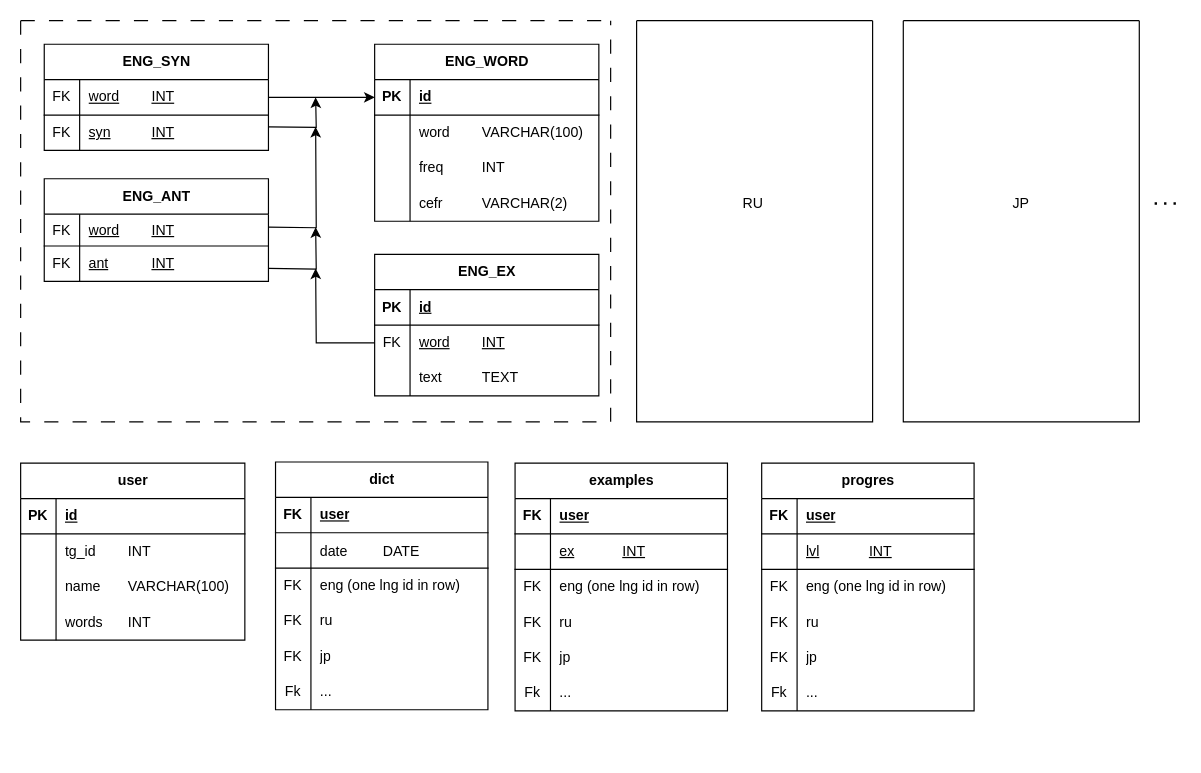
Above: etc/asistent.drawio in foxtailer/asistent-tgbot- (draw.io), before the change. Source tidied: cells renumbered, new cells numbered last; positions are measured from the earlier drawing's top-left corner, leaving out a move shared by most shapes. Both pictures are drawn from the tidied source at 118%, with x=0, y=0 at pixel (20, 20).
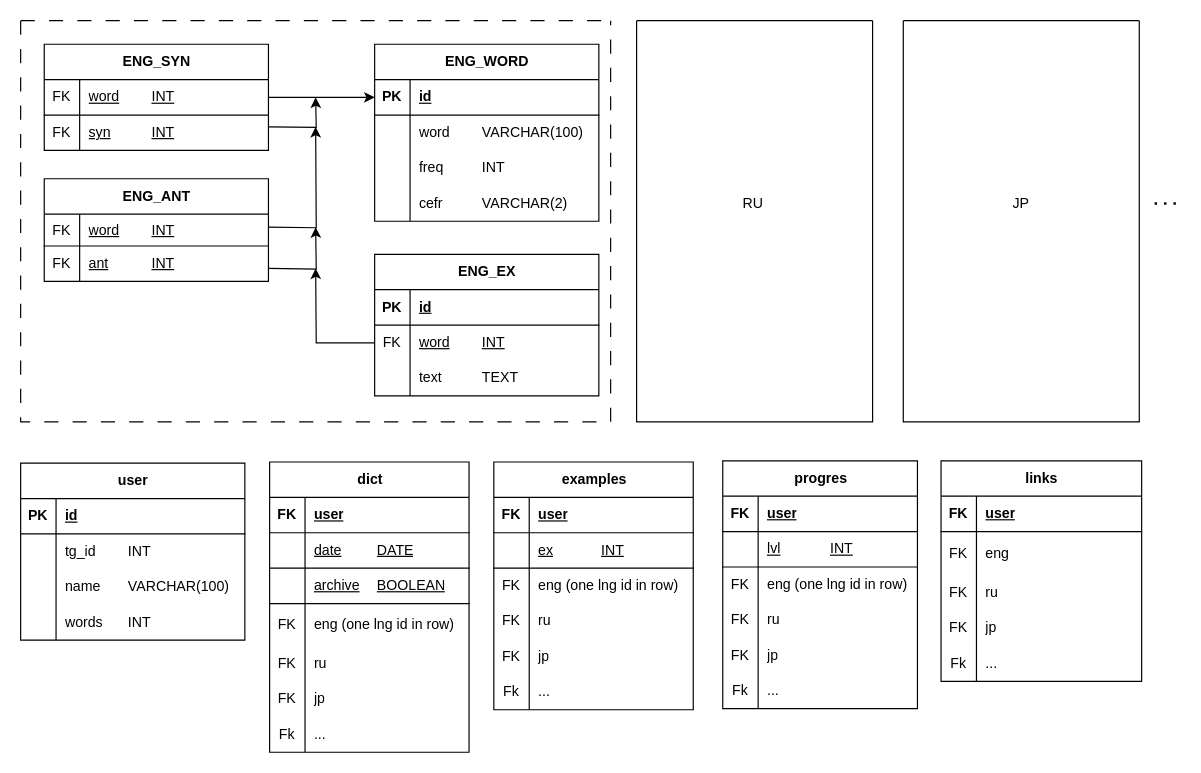
After the change.

Commit message (it also covers changes not shown here):
links table add to db

What changed in the source:
```diff
@@
     <mxCell id="28" value="dict" style="shape=table;startSize=30;childLayout=tableLayout;rowLines=0;fontStyle=1;align=center;html=1;direction=east;" parent="1" vertex="1">
-      <mxGeometry x="216" y="374" width="180" height="210" as="geometry" />
+      <mxGeometry x="211" y="374" width="169" height="246" as="geometry" />
     </mxCell>
     <mxCell id="29" style="shape=tableRow;horizontal=0;startSize=0;swimlaneHead=0;swimlaneBody=0;fillColor=none;top=0;left=0;right=0;bottom=1;" parent="28" vertex="1">
-      <mxGeometry y="30" width="180" height="30" as="geometry" />
+      <mxGeometry y="30" width="169" height="30" as="geometry" />
     </mxCell>
@@
     <mxCell id="31" value="user" style="shape=partialRectangle;fillColor=none;top=0;left=0;bottom=0;right=0;align=left;spacingLeft=6;fontStyle=5;overflow=hidden;whiteSpace=wrap;html=1;" parent="29" vertex="1">
-      <mxGeometry x="30" width="150" height="30" as="geometry" />
+      <mxGeometry x="30" width="139" height="30" as="geometry" />
     </mxCell>
     <mxCell id="32" style="shape=tableRow;horizontal=0;startSize=0;swimlaneHead=0;swimlaneBody=0;fillColor=none;top=0;left=0;right=0;bottom=1;" parent="28" vertex="1">
-      <mxGeometry y="60" width="180" height="30" as="geometry" />
+      <mxGeometry y="60" width="169" height="30" as="geometry" />
     </mxCell>
@@
-    <mxCell id="34" style="shape=partialRectangle;fillColor=none;top=0;left=0;bottom=0;right=0;align=left;spacingLeft=6;fontStyle=5;overflow=hidden;whiteSpace=wrap;html=1;" parent="32" vertex="1">
-      <mxGeometry x="30" width="150" height="30" as="geometry" />
+    <mxCell id="34" value="&lt;span style=&quot;font-weight: 400;&quot;&gt;date&lt;span style=&quot;white-space: pre;&quot;&gt;&#9;&lt;/span&gt;&lt;span style=&quot;white-space: pre;&quot;&gt;&#9;&lt;/span&gt;DATE&lt;/span&gt;" style="shape=partialRectangle;fillColor=none;top=0;left=0;bottom=0;right=0;align=left;spacingLeft=6;fontStyle=5;overflow=hidden;whiteSpace=wrap;html=1;" parent="32" vertex="1">
+      <mxGeometry x="30" width="139" height="30" as="geometry" />
     </mxCell>
+    <mxCell id="122" style="shape=tableRow;horizontal=0;startSize=0;swimlaneHead=0;swimlaneBody=0;fillColor=none;top=0;left=0;right=0;bottom=1;" parent="28" vertex="1">
+      <mxGeometry y="90" width="169" height="30" as="geometry" />
+    </mxCell>
+    <mxCell id="123" style="shape=partialRectangle;fillColor=none;top=0;left=0;bottom=0;right=0;fontStyle=1;overflow=hidden;whiteSpace=wrap;html=1;" parent="122" vertex="1">
+      <mxGeometry width="30" height="30" as="geometry" />
+    </mxCell>
+    <mxCell id="124" value="&lt;span style=&quot;font-weight: 400;&quot;&gt;archive&lt;span style=&quot;white-space: pre;&quot;&gt;&#9;&lt;/span&gt;BOOLEAN&lt;/span&gt;" style="shape=partialRectangle;fillColor=none;top=0;left=0;bottom=0;right=0;align=left;spacingLeft=6;fontStyle=5;overflow=hidden;whiteSpace=wrap;html=1;" parent="122" vertex="1">
+      <mxGeometry x="30" width="139" height="30" as="geometry" />
+    </mxCell>
     <mxCell id="35" style="shape=tableRow;horizontal=0;startSize=0;swimlaneHead=0;swimlaneBody=0;fillColor=none;top=0;left=0;right=0;bottom=0;" parent="28" vertex="1">
-      <mxGeometry y="90" width="180" height="30" as="geometry" />
+      <mxGeometry y="120" width="169" height="36" as="geometry" />
     </mxCell>
     <mxCell id="36" value="FK" style="shape=partialRectangle;fillColor=none;top=0;left=0;bottom=0;right=0;overflow=hidden;whiteSpace=wrap;html=1;" parent="35" vertex="1">
-      <mxGeometry width="30" height="30" as="geometry" />
+      <mxGeometry width="30" height="36" as="geometry" />
     </mxCell>
     <mxCell id="37" value="eng (one lng id in row)" style="shape=partialRectangle;fillColor=none;top=0;left=0;bottom=0;right=0;align=left;spacingLeft=6;overflow=hidden;whiteSpace=wrap;html=1;" parent="35" vertex="1">
-      <mxGeometry x="30" width="150" height="30" as="geometry" />
+      <mxGeometry x="30" width="139" height="36" as="geometry" />
     </mxCell>
     <mxCell id="38" style="shape=tableRow;horizontal=0;startSize=0;swimlaneHead=0;swimlaneBody=0;fillColor=none;top=0;left=0;right=0;bottom=0;" parent="28" vertex="1">
-      <mxGeometry y="120" width="180" height="30" as="geometry" />
+      <mxGeometry y="156" width="169" height="30" as="geometry" />
     </mxCell>
@@
     <mxCell id="40" value="ru" style="shape=partialRectangle;fillColor=none;top=0;left=0;bottom=0;right=0;align=left;spacingLeft=6;overflow=hidden;whiteSpace=wrap;html=1;" parent="38" vertex="1">
-      <mxGeometry x="30" width="150" height="30" as="geometry" />
+      <mxGeometry x="30" width="139" height="30" as="geometry" />
     </mxCell>
     <mxCell id="41" style="shape=tableRow;horizontal=0;startSize=0;swimlaneHead=0;swimlaneBody=0;fillColor=none;top=0;left=0;right=0;bottom=0;" parent="28" vertex="1">
-      <mxGeometry y="150" width="180" height="30" as="geometry" />
+      <mxGeometry y="186" width="169" height="30" as="geometry" />
     </mxCell>
@@
     <mxCell id="43" value="jp" style="shape=partialRectangle;fillColor=none;top=0;left=0;bottom=0;right=0;align=left;spacingLeft=6;overflow=hidden;whiteSpace=wrap;html=1;" parent="41" vertex="1">
-      <mxGeometry x="30" width="150" height="30" as="geometry" />
+      <mxGeometry x="30" width="139" height="30" as="geometry" />
     </mxCell>
     <mxCell id="44" style="shape=tableRow;horizontal=0;startSize=0;swimlaneHead=0;swimlaneBody=0;fillColor=none;top=0;left=0;right=0;bottom=0;" parent="28" vertex="1">
-      <mxGeometry y="180" width="180" height="30" as="geometry" />
+      <mxGeometry y="216" width="169" height="30" as="geometry" />
     </mxCell>
@@
     <mxCell id="46" value="..." style="shape=partialRectangle;fillColor=none;top=0;left=0;bottom=0;right=0;align=left;spacingLeft=6;overflow=hidden;whiteSpace=wrap;html=1;" parent="44" vertex="1">
-      <mxGeometry x="30" width="150" height="30" as="geometry" />
+      <mxGeometry x="30" width="139" height="30" as="geometry" />
     </mxCell>
@@
     <mxCell id="76" value="examples" style="shape=table;startSize=30;childLayout=tableLayout;rowLines=0;fontStyle=1;align=center;html=1;" parent="1" vertex="1">
-      <mxGeometry x="419" y="375" width="180" height="210" as="geometry" />
+      <mxGeometry x="401" y="374" width="169" height="210" as="geometry" />
     </mxCell>
     <mxCell id="77" style="shape=tableRow;horizontal=0;startSize=0;swimlaneHead=0;swimlaneBody=0;fillColor=none;top=0;left=0;right=0;bottom=1;" parent="76" vertex="1">
-      <mxGeometry y="30" width="180" height="30" as="geometry" />
+      <mxGeometry y="30" width="169" height="30" as="geometry" />
     </mxCell>
@@
     <mxCell id="79" value="user" style="shape=partialRectangle;fillColor=none;top=0;left=0;bottom=0;right=0;align=left;spacingLeft=6;fontStyle=5;overflow=hidden;whiteSpace=wrap;html=1;" parent="77" vertex="1">
-      <mxGeometry x="30" width="150" height="30" as="geometry" />
+      <mxGeometry x="30" width="139" height="30" as="geometry" />
     </mxCell>
     <mxCell id="80" style="shape=tableRow;horizontal=0;startSize=0;swimlaneHead=0;swimlaneBody=0;fillColor=none;top=0;left=0;right=0;bottom=1;align=center;fontStyle=0;" parent="76" vertex="1">
-      <mxGeometry y="60" width="180" height="30" as="geometry" />
+      <mxGeometry y="60" width="169" height="30" as="geometry" />
     </mxCell>
@@
     <mxCell id="82" value="&lt;span style=&quot;font-weight: normal;&quot;&gt;ex&lt;span style=&quot;white-space: pre;&quot;&gt;&#9;&lt;span style=&quot;white-space: pre;&quot;&gt;&#9;&lt;/span&gt;&lt;/span&gt;INT&lt;/span&gt;" style="shape=partialRectangle;fillColor=none;top=0;left=0;bottom=0;right=0;align=left;spacingLeft=6;fontStyle=5;overflow=hidden;whiteSpace=wrap;html=1;" parent="80" vertex="1">
-      <mxGeometry x="30" width="150" height="30" as="geometry" />
+      <mxGeometry x="30" width="139" height="30" as="geometry" />
     </mxCell>
     <mxCell id="83" style="shape=tableRow;horizontal=0;startSize=0;swimlaneHead=0;swimlaneBody=0;fillColor=none;top=0;left=0;right=0;bottom=0;" parent="76" vertex="1">
-      <mxGeometry y="90" width="180" height="30" as="geometry" />
+      <mxGeometry y="90" width="169" height="30" as="geometry" />
     </mxCell>
@@
     <mxCell id="85" value="eng (one lng id in row)" style="shape=partialRectangle;fillColor=none;top=0;left=0;bottom=0;right=0;align=left;spacingLeft=6;overflow=hidden;whiteSpace=wrap;html=1;" parent="83" vertex="1">
-      <mxGeometry x="30" width="150" height="30" as="geometry" />
+      <mxGeometry x="30" width="139" height="30" as="geometry" />
     </mxCell>
     <mxCell id="86" style="shape=tableRow;horizontal=0;startSize=0;swimlaneHead=0;swimlaneBody=0;fillColor=none;top=0;left=0;right=0;bottom=0;" parent="76" vertex="1">
-      <mxGeometry y="120" width="180" height="30" as="geometry" />
+      <mxGeometry y="120" width="169" height="30" as="geometry" />
     </mxCell>
@@
     <mxCell id="88" value="ru" style="shape=partialRectangle;fillColor=none;top=0;left=0;bottom=0;right=0;align=left;spacingLeft=6;overflow=hidden;whiteSpace=wrap;html=1;" parent="86" vertex="1">
-      <mxGeometry x="30" width="150" height="30" as="geometry" />
+      <mxGeometry x="30" width="139" height="30" as="geometry" />
     </mxCell>
     <mxCell id="89" style="shape=tableRow;horizontal=0;startSize=0;swimlaneHead=0;swimlaneBody=0;fillColor=none;top=0;left=0;right=0;bottom=0;" parent="76" vertex="1">
-      <mxGeometry y="150" width="180" height="30" as="geometry" />
+      <mxGeometry y="150" width="169" height="30" as="geometry" />
     </mxCell>
@@
     <mxCell id="91" value="jp" style="shape=partialRectangle;fillColor=none;top=0;left=0;bottom=0;right=0;align=left;spacingLeft=6;overflow=hidden;whiteSpace=wrap;html=1;" parent="89" vertex="1">
-      <mxGeometry x="30" width="150" height="30" as="geometry" />
+      <mxGeometry x="30" width="139" height="30" as="geometry" />
     </mxCell>
     <mxCell id="92" style="shape=tableRow;horizontal=0;startSize=0;swimlaneHead=0;swimlaneBody=0;fillColor=none;top=0;left=0;right=0;bottom=0;" parent="76" vertex="1">
-      <mxGeometry y="180" width="180" height="30" as="geometry" />
+      <mxGeometry y="180" width="169" height="30" as="geometry" />
     </mxCell>
@@
     <mxCell id="94" value="..." style="shape=partialRectangle;fillColor=none;top=0;left=0;bottom=0;right=0;align=left;spacingLeft=6;overflow=hidden;whiteSpace=wrap;html=1;" parent="92" vertex="1">
-      <mxGeometry x="30" width="150" height="30" as="geometry" />
+      <mxGeometry x="30" width="139" height="30" as="geometry" />
     </mxCell>
@@
     <mxCell id="100" value="progres" style="shape=table;startSize=30;childLayout=tableLayout;rowLines=0;fontStyle=1;align=center;html=1;" parent="1" vertex="1">
-      <mxGeometry x="628" y="375" width="180" height="210" as="geometry" />
+      <mxGeometry x="595" y="373" width="165" height="210" as="geometry" />
     </mxCell>
     <mxCell id="101" style="shape=tableRow;horizontal=0;startSize=0;swimlaneHead=0;swimlaneBody=0;fillColor=none;top=0;left=0;right=0;bottom=1;" parent="100" vertex="1">
-      <mxGeometry y="30" width="180" height="30" as="geometry" />
+      <mxGeometry y="30" width="165" height="30" as="geometry" />
     </mxCell>
@@
     <mxCell id="103" value="user" style="shape=partialRectangle;fillColor=none;top=0;left=0;bottom=0;right=0;align=left;spacingLeft=6;fontStyle=5;overflow=hidden;whiteSpace=wrap;html=1;" parent="101" vertex="1">
-      <mxGeometry x="30" width="150" height="30" as="geometry" />
+      <mxGeometry x="30" width="135" height="30" as="geometry" />
     </mxCell>
     <mxCell id="104" style="shape=tableRow;horizontal=0;startSize=0;swimlaneHead=0;swimlaneBody=0;fillColor=none;top=0;left=0;right=0;bottom=1;" parent="100" vertex="1">
-      <mxGeometry y="60" width="180" height="30" as="geometry" />
+      <mxGeometry y="60" width="165" height="30" as="geometry" />
     </mxCell>
@@
     <mxCell id="106" value="&lt;span style=&quot;font-weight: 400;&quot;&gt;lvl&lt;/span&gt;&lt;span style=&quot;font-weight: 400; white-space: pre;&quot;&gt;&#9;&lt;/span&gt;&lt;span style=&quot;font-weight: 400; white-space: pre;&quot;&gt;&#9;&lt;/span&gt;&lt;span style=&quot;font-weight: 400;&quot;&gt;INT&lt;/span&gt;" style="shape=partialRectangle;fillColor=none;top=0;left=0;bottom=0;right=0;align=left;spacingLeft=6;fontStyle=5;overflow=hidden;whiteSpace=wrap;html=1;" parent="104" vertex="1">
-      <mxGeometry x="30" width="150" height="30" as="geometry" />
+      <mxGeometry x="30" width="135" height="30" as="geometry" />
     </mxCell>
     <mxCell id="107" style="shape=tableRow;horizontal=0;startSize=0;swimlaneHead=0;swimlaneBody=0;fillColor=none;top=0;left=0;right=0;bottom=0;" parent="100" vertex="1">
-      <mxGeometry y="90" width="180" height="30" as="geometry" />
+      <mxGeometry y="90" width="165" height="30" as="geometry" />
     </mxCell>
@@
     <mxCell id="109" value="eng (one lng id in row)" style="shape=partialRectangle;fillColor=none;top=0;left=0;bottom=0;right=0;align=left;spacingLeft=6;overflow=hidden;whiteSpace=wrap;html=1;" parent="107" vertex="1">
-      <mxGeometry x="30" width="150" height="30" as="geometry" />
+      <mxGeometry x="30" width="135" height="30" as="geometry" />
     </mxCell>
     <mxCell id="110" style="shape=tableRow;horizontal=0;startSize=0;swimlaneHead=0;swimlaneBody=0;fillColor=none;top=0;left=0;right=0;bottom=0;" parent="100" vertex="1">
-      <mxGeometry y="120" width="180" height="30" as="geometry" />
+      <mxGeometry y="120" width="165" height="30" as="geometry" />
     </mxCell>
@@
     <mxCell id="112" value="ru" style="shape=partialRectangle;fillColor=none;top=0;left=0;bottom=0;right=0;align=left;spacingLeft=6;overflow=hidden;whiteSpace=wrap;html=1;" parent="110" vertex="1">
-      <mxGeometry x="30" width="150" height="30" as="geometry" />
+      <mxGeometry x="30" width="135" height="30" as="geometry" />
     </mxCell>
     <mxCell id="113" style="shape=tableRow;horizontal=0;startSize=0;swimlaneHead=0;swimlaneBody=0;fillColor=none;top=0;left=0;right=0;bottom=0;" parent="100" vertex="1">
-      <mxGeometry y="150" width="180" height="30" as="geometry" />
+      <mxGeometry y="150" width="165" height="30" as="geometry" />
     </mxCell>
@@
     <mxCell id="115" value="jp" style="shape=partialRectangle;fillColor=none;top=0;left=0;bottom=0;right=0;align=left;spacingLeft=6;overflow=hidden;whiteSpace=wrap;html=1;" parent="113" vertex="1">
-      <mxGeometry x="30" width="150" height="30" as="geometry" />
+      <mxGeometry x="30" width="135" height="30" as="geometry" />
     </mxCell>
     <mxCell id="116" style="shape=tableRow;horizontal=0;startSize=0;swimlaneHead=0;swimlaneBody=0;fillColor=none;top=0;left=0;right=0;bottom=0;" parent="100" vertex="1">
-      <mxGeometry y="180" width="180" height="30" as="geometry" />
+      <mxGeometry y="180" width="165" height="30" as="geometry" />
     </mxCell>
@@
     <mxCell id="118" value="..." style="shape=partialRectangle;fillColor=none;top=0;left=0;bottom=0;right=0;align=left;spacingLeft=6;overflow=hidden;whiteSpace=wrap;html=1;" parent="116" vertex="1">
-      <mxGeometry x="30" width="150" height="30" as="geometry" />
+      <mxGeometry x="30" width="135" height="30" as="geometry" />
     </mxCell>
@@
-    <mxCell id="121" value="date&lt;span style=&quot;white-space: pre;&quot;&gt;&#9;&lt;/span&gt;&lt;span style=&quot;white-space: pre;&quot;&gt;&#9;&lt;/span&gt;DATE" style="shape=partialRectangle;fillColor=none;top=0;left=0;bottom=0;right=0;align=left;spacingLeft=6;overflow=hidden;whiteSpace=wrap;html=1;" parent="1" vertex="1">
-      <mxGeometry x="246" y="435" width="150" height="30" as="geometry" />
-    </mxCell>
+    <mxCell id="125" value="links" style="shape=table;startSize=30;childLayout=tableLayout;rowLines=0;fontStyle=1;align=center;html=1;" parent="1" vertex="1">
+      <mxGeometry x="780" y="373" width="170" height="187" as="geometry" />
+    </mxCell>
+    <mxCell id="126" style="shape=tableRow;horizontal=0;startSize=0;swimlaneHead=0;swimlaneBody=0;fillColor=none;top=0;left=0;right=0;bottom=1;" parent="125" vertex="1">
+      <mxGeometry y="30" width="170" height="30" as="geometry" />
+    </mxCell>
+    <mxCell id="127" value="FK" style="shape=partialRectangle;fillColor=none;top=0;left=0;bottom=0;right=0;fontStyle=1;overflow=hidden;whiteSpace=wrap;html=1;" parent="126" vertex="1">
+      <mxGeometry width="30" height="30" as="geometry" />
+    </mxCell>
+    <mxCell id="128" value="user" style="shape=partialRectangle;fillColor=none;top=0;left=0;bottom=0;right=0;align=left;spacingLeft=6;fontStyle=5;overflow=hidden;whiteSpace=wrap;html=1;" parent="126" vertex="1">
+      <mxGeometry x="30" width="140" height="30" as="geometry" />
+    </mxCell>
+    <mxCell id="129" style="shape=tableRow;horizontal=0;startSize=0;swimlaneHead=0;swimlaneBody=0;fillColor=none;top=0;left=0;right=0;bottom=0;" parent="125" vertex="1">
+      <mxGeometry y="60" width="170" height="37" as="geometry" />
+    </mxCell>
+    <mxCell id="130" value="FK" style="shape=partialRectangle;fillColor=none;top=0;left=0;bottom=0;right=0;overflow=hidden;whiteSpace=wrap;html=1;" parent="129" vertex="1">
+      <mxGeometry width="30" height="37" as="geometry" />
+    </mxCell>
+    <mxCell id="131" value="eng" style="shape=partialRectangle;fillColor=none;top=0;left=0;bottom=0;right=0;align=left;spacingLeft=6;overflow=hidden;whiteSpace=wrap;html=1;" parent="129" vertex="1">
+      <mxGeometry x="30" width="140" height="37" as="geometry" />
+    </mxCell>
+    <mxCell id="132" style="shape=tableRow;horizontal=0;startSize=0;swimlaneHead=0;swimlaneBody=0;fillColor=none;top=0;left=0;right=0;bottom=0;" parent="125" vertex="1">
+      <mxGeometry y="97" width="170" height="30" as="geometry" />
+    </mxCell>
+    <mxCell id="133" value="FK" style="shape=partialRectangle;fillColor=none;top=0;left=0;bottom=0;right=0;overflow=hidden;whiteSpace=wrap;html=1;" parent="132" vertex="1">
+      <mxGeometry width="30" height="30" as="geometry" />
+    </mxCell>
+    <mxCell id="134" value="ru" style="shape=partialRectangle;fillColor=none;top=0;left=0;bottom=0;right=0;align=left;spacingLeft=6;overflow=hidden;whiteSpace=wrap;html=1;" parent="132" vertex="1">
+      <mxGeometry x="30" width="140" height="30" as="geometry" />
+    </mxCell>
+    <mxCell id="135" style="shape=tableRow;horizontal=0;startSize=0;swimlaneHead=0;swimlaneBody=0;fillColor=none;top=0;left=0;right=0;bottom=0;" parent="125" vertex="1">
+      <mxGeometry y="127" width="170" height="30" as="geometry" />
+    </mxCell>
+    <mxCell id="136" value="FK" style="shape=partialRectangle;fillColor=none;top=0;left=0;bottom=0;right=0;overflow=hidden;whiteSpace=wrap;html=1;" parent="135" vertex="1">
+      <mxGeometry width="30" height="30" as="geometry" />
+    </mxCell>
+    <mxCell id="137" value="jp" style="shape=partialRectangle;fillColor=none;top=0;left=0;bottom=0;right=0;align=left;spacingLeft=6;overflow=hidden;whiteSpace=wrap;html=1;" parent="135" vertex="1">
+      <mxGeometry x="30" width="140" height="30" as="geometry" />
+    </mxCell>
+    <mxCell id="138" style="shape=tableRow;horizontal=0;startSize=0;swimlaneHead=0;swimlaneBody=0;fillColor=none;top=0;left=0;right=0;bottom=0;" parent="125" vertex="1">
+      <mxGeometry y="157" width="170" height="30" as="geometry" />
+    </mxCell>
+    <mxCell id="139" value="Fk" style="shape=partialRectangle;fillColor=none;top=0;left=0;bottom=0;right=0;overflow=hidden;whiteSpace=wrap;html=1;" parent="138" vertex="1">
+      <mxGeometry width="30" height="30" as="geometry" />
+    </mxCell>
+    <mxCell id="140" value="..." style="shape=partialRectangle;fillColor=none;top=0;left=0;bottom=0;right=0;align=left;spacingLeft=6;overflow=hidden;whiteSpace=wrap;html=1;" parent="138" vertex="1">
+      <mxGeometry x="30" width="140" height="30" as="geometry" />
+    </mxCell>
```
